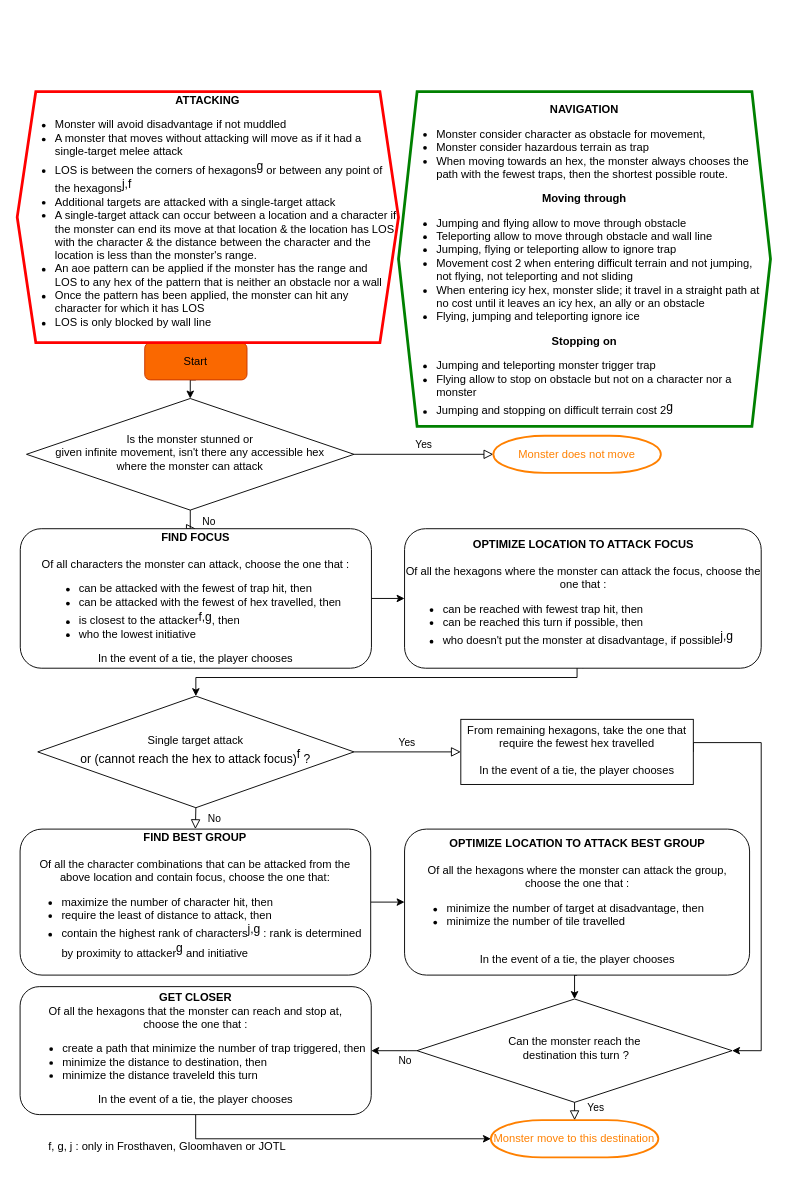
Earlier version of the draw.io diagram GloomIA_Flowchart.drawio (Toucan4Life/gloom). Source tidied: cells renumbered, new cells numbered last; positions are measured from the earlier drawing's top-left corner, leaving out a move shared by most shapes. Both pictures are drawn from the tidied source at 93%, with x=0, y=0 at pixel (17, 91).
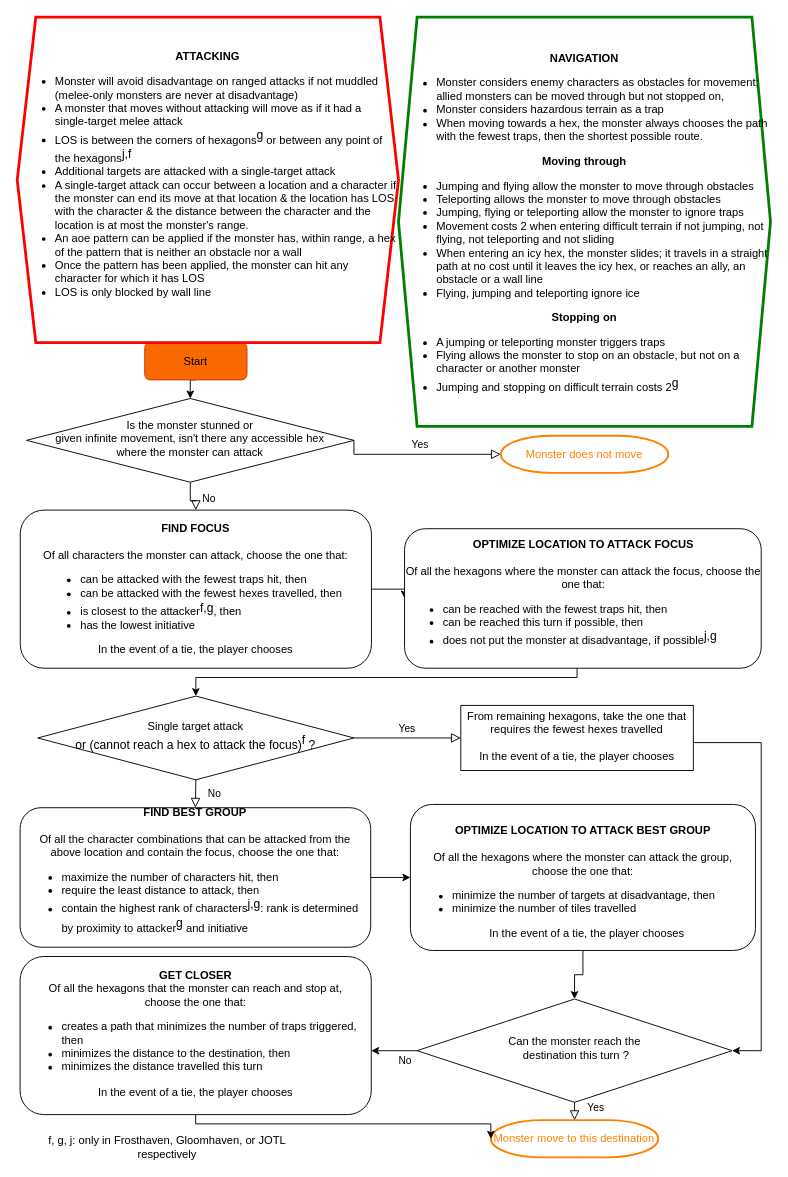
The same page after the edit.

Commit message (it also covers changes not shown here):
fixes missing rule in the drawio flowchart

Unchanged cells that the change refers to:
```xml
<mxCell id="22" value="&lt;font color=&quot;#ff8000&quot;&gt;Monster move to this destination&lt;/font&gt;" style="strokeWidth=2;html=1;shape=mxgraph.flowchart.terminator;whiteSpace=wrap;strokeColor=#ff8000;" parent="1" vertex="1">
  <mxGeometry x="509.3" y="1106" width="180.1" height="40" as="geometry" />
</mxCell>
```

Change to the diagram source:
```diff
@@
-    <mxCell id="6" value="&lt;div&gt;Is the monster stunned or&lt;/div&gt;&lt;div&gt;&lt;div&gt;given infinite movement, isn't there  any accessible hex &lt;br&gt;&lt;/div&gt;&lt;div&gt;where the monster can attack&lt;/div&gt;&lt;/div&gt;" style="rhombus;whiteSpace=wrap;html=1;shadow=0;fontFamily=Helvetica;fontSize=12;align=center;strokeWidth=1;spacing=6;spacingTop=-4;" parent="1" vertex="1">
-      <mxGeometry x="10" y="330" width="352.1" height="120" as="geometry" />
+    <mxCell id="6" value="&lt;div&gt;Is the monster stunned or&lt;/div&gt;&lt;div&gt;&lt;div&gt;given infinite movement, isn't there any accessible hex &lt;br&gt;&lt;/div&gt;&lt;div&gt;where the monster can attack&lt;/div&gt;&lt;/div&gt;" style="rhombus;whiteSpace=wrap;html=1;shadow=0;fontFamily=Helvetica;fontSize=12;align=center;strokeWidth=1;spacing=6;spacingTop=-4;" parent="1" vertex="1">
+      <mxGeometry x="10" y="330" width="352.1" height="90" as="geometry" />
     </mxCell>
     <mxCell id="7" value="&lt;font color=&quot;#ff8000&quot;&gt;Monster does not move&lt;/font&gt;" style="strokeWidth=2;html=1;shape=mxgraph.flowchart.terminator;whiteSpace=wrap;strokeColor=#ff8000;" parent="1" vertex="1">
-      <mxGeometry x="512" y="370" width="180.1" height="40" as="geometry" />
+      <mxGeometry x="520" y="370" width="180.1" height="40" as="geometry" />
     </mxCell>
@@
-    <mxCell id="9" value="&lt;div&gt;&lt;b&gt;FIND FOCUS&lt;/b&gt;&lt;br&gt;&lt;/div&gt;&lt;div&gt;&lt;br&gt;&lt;/div&gt;&lt;div&gt;Of all characters the monster can attack, choose the one that : &lt;br&gt;&lt;/div&gt;&lt;div align=&quot;left&quot;&gt;&lt;ul&gt;&lt;li&gt;can be attacked with the fewest of trap hit, then&lt;/li&gt;&lt;li&gt;can be attacked with the fewest of hex travelled, then&lt;/li&gt;&lt;li&gt;is closest to the attacker&lt;font size=&quot;1&quot;&gt;&lt;sup style=&quot;font-size: 13px;&quot;&gt;f,g&lt;/sup&gt;&lt;/font&gt;, then&lt;/li&gt;&lt;li&gt;who the lowest initiative&lt;/li&gt;&lt;/ul&gt;&lt;/div&gt;&lt;div&gt;In the event of a tie, the player chooses&lt;br&gt;&lt;/div&gt;" style="rounded=1;whiteSpace=wrap;html=1;fontSize=12;glass=0;strokeWidth=1;shadow=0;" parent="1" vertex="1">
-      <mxGeometry x="3.3" y="470" width="377.6" height="150" as="geometry" />
+    <mxCell id="9" value="&lt;div&gt;&lt;b&gt;FIND FOCUS&lt;/b&gt;&lt;br&gt;&lt;/div&gt;&lt;div&gt;&lt;br&gt;&lt;/div&gt;&lt;div&gt;Of all characters the monster can attack, choose the one that: &lt;br&gt;&lt;/div&gt;&lt;div align=&quot;left&quot;&gt;&lt;ul&gt;&lt;li&gt;can be attacked with the fewest traps hit, then&lt;/li&gt;&lt;li&gt;can be attacked with the fewest hexes travelled, then&lt;/li&gt;&lt;li&gt;is closest to the attacker&lt;font size=&quot;1&quot;&gt;&lt;sup style=&quot;font-size: 13px;&quot;&gt;f,g&lt;/sup&gt;&lt;/font&gt;, then&lt;/li&gt;&lt;li&gt;has the lowest initiative&lt;/li&gt;&lt;/ul&gt;&lt;/div&gt;&lt;div&gt;In the event of a tie, the player chooses&lt;br&gt;&lt;/div&gt;" style="rounded=1;whiteSpace=wrap;html=1;fontSize=12;glass=0;strokeWidth=1;shadow=0;" parent="1" vertex="1">
+      <mxGeometry x="3.3" y="450" width="377.6" height="170" as="geometry" />
     </mxCell>
@@
-    <mxCell id="11" value="&lt;div&gt;&lt;b&gt;OPTIMIZE LOCATION TO ATTACK FOCUS&lt;/b&gt;&lt;br&gt;&lt;/div&gt;&lt;div&gt;&lt;br&gt;&lt;/div&gt;&lt;div&gt;Of all the hexagons where the monster can attack the focus, choose the one that :&lt;/div&gt;&lt;div align=&quot;left&quot;&gt;&lt;ul&gt;&lt;li&gt;can be reached with fewest trap hit, then&lt;/li&gt;&lt;li&gt;can be reached this turn if possible, then&lt;/li&gt;&lt;li&gt;who doesn't put the monster at disadvantage, if possible&lt;sup&gt;&lt;font style=&quot;font-size: 13px;&quot;&gt;j,g&lt;/font&gt;&lt;/sup&gt;&lt;/li&gt;&lt;/ul&gt;&lt;/div&gt;" style="rounded=1;whiteSpace=wrap;html=1;fontSize=12;glass=0;strokeWidth=1;shadow=0;" parent="1" vertex="1">
+    <mxCell id="11" value="&lt;div&gt;&lt;b&gt;OPTIMIZE LOCATION TO ATTACK FOCUS&lt;/b&gt;&lt;br&gt;&lt;/div&gt;&lt;div&gt;&lt;br&gt;&lt;/div&gt;&lt;div&gt;Of all the hexagons where the monster can attack the focus, choose the one that:&lt;/div&gt;&lt;div align=&quot;left&quot;&gt;&lt;ul&gt;&lt;li&gt;can be reached with the fewest traps hit, then&lt;/li&gt;&lt;li&gt;can be reached this turn if possible, then&lt;/li&gt;&lt;li&gt;does not put the monster at disadvantage, if possible&lt;sup&gt;&lt;font style=&quot;font-size: 13px;&quot;&gt;j,g&lt;/font&gt;&lt;/sup&gt;&lt;/li&gt;&lt;/ul&gt;&lt;/div&gt;" style="rounded=1;whiteSpace=wrap;html=1;fontSize=12;glass=0;strokeWidth=1;shadow=0;" parent="1" vertex="1">
       <mxGeometry x="416.5" y="470" width="383.5" height="150" as="geometry" />
     </mxCell>
-    <mxCell id="12" value="&lt;div&gt;Single target attack &lt;br&gt;&lt;/div&gt;&lt;div style=&quot;font-size: 13px;&quot;&gt;or (cannot reach the hex to attack focus)&lt;sup&gt;&lt;font style=&quot;font-size: 13px;&quot;&gt;f&lt;/font&gt;&lt;/sup&gt; ?&lt;/div&gt;" style="rhombus;whiteSpace=wrap;html=1;shadow=0;fontFamily=Helvetica;fontSize=12;align=center;strokeWidth=1;spacing=6;spacingTop=-4;" parent="1" vertex="1">
-      <mxGeometry x="22.1" y="650" width="340" height="120" as="geometry" />
+    <mxCell id="12" value="&lt;div&gt;Single target attack &lt;br&gt;&lt;/div&gt;&lt;div style=&quot;font-size: 13px;&quot;&gt;or (cannot reach a hex to attack the focus)&lt;sup&gt;&lt;font style=&quot;font-size: 13px;&quot;&gt;f&lt;/font&gt;&lt;/sup&gt; ?&lt;/div&gt;" style="rhombus;whiteSpace=wrap;html=1;shadow=0;fontFamily=Helvetica;fontSize=12;align=center;strokeWidth=1;spacing=6;spacingTop=-4;" parent="1" vertex="1">
+      <mxGeometry x="22.1" y="650" width="340" height="90" as="geometry" />
     </mxCell>
@@
-    <mxCell id="14" value="&lt;div&gt;From remaining hexagons, take the one that&lt;/div&gt;&lt;div&gt;require the fewest hex travelled&lt;/div&gt;&lt;div&gt;&lt;br&gt;&lt;/div&gt;&lt;div&gt;&lt;div align=&quot;center&quot;&gt;In the event of a tie, the player chooses&lt;br&gt;&lt;/div&gt;&lt;/div&gt;" style="whiteSpace=wrap;html=1;shadow=0;strokeWidth=1;spacing=6;spacingTop=-4;" parent="1" vertex="1">
-      <mxGeometry x="477" y="675" width="250" height="70" as="geometry" />
+    <mxCell id="14" value="&lt;div&gt;From remaining hexagons, take the one that&lt;/div&gt;&lt;div&gt;requires the fewest hexes travelled&lt;/div&gt;&lt;div&gt;&lt;br&gt;&lt;/div&gt;&lt;div&gt;&lt;div align=&quot;center&quot;&gt;In the event of a tie, the player chooses&lt;br&gt;&lt;/div&gt;&lt;/div&gt;" style="whiteSpace=wrap;html=1;shadow=0;strokeWidth=1;spacing=6;spacingTop=-4;" parent="1" vertex="1">
+      <mxGeometry x="477" y="660" width="250" height="70" as="geometry" />
     </mxCell>
@@
-    <mxCell id="16" value="&lt;div&gt;&lt;b&gt;FIND BEST GROUP&lt;/b&gt;&lt;br&gt;&lt;/div&gt;&lt;div&gt;&lt;br&gt;&lt;/div&gt;&lt;div&gt;Of all the character combinations that can be attacked from the above&amp;nbsp;&lt;span style=&quot;background-color: initial; --darkreader-inline-bgcolor: initial;&quot;&gt;location and contain focus, choose the one that:&lt;/span&gt;&lt;/div&gt;&lt;div align=&quot;left&quot;&gt;&lt;ul&gt;&lt;li&gt;maximize the number of character hit, then&lt;/li&gt;&lt;li&gt;require the least of distance to attack, then&lt;/li&gt;&lt;li&gt;contain the highest rank of characters&lt;sup&gt;&lt;font style=&quot;font-size: 13px;&quot;&gt;j,g&lt;/font&gt;&lt;/sup&gt; : rank is determined by proximity to attacker&lt;sup&gt;&lt;font style=&quot;font-size: 13px;&quot;&gt;g&lt;/font&gt;&lt;/sup&gt; and initiative&lt;/li&gt;&lt;/ul&gt;&lt;/div&gt;" style="whiteSpace=wrap;html=1;shadow=0;strokeWidth=1;spacing=6;spacingTop=-4;rounded=1;" parent="1" vertex="1">
-      <mxGeometry x="3.1" y="793" width="377" height="157" as="geometry" />
+    <mxCell id="16" value="&lt;div&gt;&lt;b&gt;FIND BEST GROUP&lt;/b&gt;&lt;br&gt;&lt;/div&gt;&lt;div&gt;&lt;br&gt;&lt;/div&gt;&lt;div&gt;Of all the character combinations that can be attacked from the above&amp;nbsp;&lt;span style=&quot;background-color: initial; --darkreader-inline-bgcolor: initial;&quot;&gt;location and contain the focus, choose the one that:&lt;/span&gt;&lt;/div&gt;&lt;div align=&quot;left&quot;&gt;&lt;ul&gt;&lt;li&gt;maximize the number of characters hit, then&lt;/li&gt;&lt;li&gt;require the least distance to attack, then&lt;/li&gt;&lt;li&gt;contain the highest rank of characters&lt;sup&gt;&lt;font style=&quot;font-size: 13px;&quot;&gt;j,g&lt;/font&gt;&lt;/sup&gt;: rank is determined by proximity to attacker&lt;sup&gt;&lt;font style=&quot;font-size: 13px;&quot;&gt;g&lt;/font&gt;&lt;/sup&gt; and initiative&lt;/li&gt;&lt;/ul&gt;&lt;/div&gt;" style="whiteSpace=wrap;html=1;shadow=0;strokeWidth=1;spacing=6;spacingTop=-4;rounded=1;" parent="1" vertex="1">
+      <mxGeometry x="3.1" y="770" width="377" height="150" as="geometry" />
     </mxCell>
@@
-    <mxCell id="18" value="&lt;div&gt;&lt;br&gt;&lt;/div&gt;&lt;div&gt;&lt;b&gt;OPTIMIZE LOCATION TO ATTACK BEST GROUP&lt;/b&gt;&lt;br&gt;&lt;/div&gt;&lt;div&gt;&lt;br&gt;&lt;/div&gt;&lt;div&gt;&lt;div&gt;Of all the hexagons where the monster can attack the group, choose&amp;nbsp;&lt;span style=&quot;background-color: initial;&quot;&gt;the one that :&lt;/span&gt;&lt;/div&gt;&lt;/div&gt;&lt;div align=&quot;left&quot;&gt;&lt;ul&gt;&lt;li&gt;minimize the number of target at disadvantage, then&lt;/li&gt;&lt;li&gt;minimize the number of tile travelled&lt;/li&gt;&lt;/ul&gt;&lt;/div&gt;&lt;blockquote&gt;&lt;div align=&quot;left&quot;&gt;&lt;br&gt;&lt;/div&gt;&lt;div align=&quot;center&quot;&gt;In the event of a tie, the player chooses&lt;br&gt;&lt;/div&gt;&lt;/blockquote&gt;" style="whiteSpace=wrap;html=1;shadow=0;strokeWidth=1;spacing=6;spacingTop=-4;rounded=1;" parent="1" vertex="1">
-      <mxGeometry x="416.5" y="793" width="371" height="157" as="geometry" />
+    <mxCell id="18" value="&lt;div&gt;&lt;br&gt;&lt;/div&gt;&lt;div&gt;&lt;b&gt;OPTIMIZE LOCATION TO ATTACK BEST GROUP&lt;/b&gt;&lt;br&gt;&lt;/div&gt;&lt;div&gt;&lt;br&gt;&lt;/div&gt;&lt;div&gt;&lt;div&gt;Of all the hexagons where the monster can attack the group, choose&amp;nbsp;&lt;span style=&quot;background-color: initial;&quot;&gt;the one that:&lt;/span&gt;&lt;/div&gt;&lt;/div&gt;&lt;div align=&quot;left&quot;&gt;&lt;ul&gt;&lt;li&gt;minimize the number of targets at disadvantage, then&lt;/li&gt;&lt;li&gt;minimize the number of tiles travelled&lt;/li&gt;&lt;/ul&gt;&lt;div&gt;&lt;span style=&quot;white-space: pre;&quot;&gt;&#9;&lt;span style=&quot;white-space: pre;&quot;&gt;&#9;&lt;/span&gt;&lt;span style=&quot;white-space: pre;&quot;&gt;&#9;&lt;/span&gt;&lt;/span&gt;In the event of a tie, the player chooses&lt;br&gt;&lt;/div&gt;&lt;/div&gt;" style="whiteSpace=wrap;html=1;shadow=0;strokeWidth=1;spacing=6;spacingTop=-4;rounded=1;" parent="1" vertex="1">
+      <mxGeometry x="422.8" y="766.5" width="371" height="157" as="geometry" />
     </mxCell>
@@
     <mxCell id="23" style="edgeStyle=orthogonalEdgeStyle;rounded=0;jettySize=auto;html=1;exitX=0.5;exitY=1;exitDx=0;exitDy=0;entryX=0;entryY=0.5;entryDx=0;entryDy=0;" parent="1" edge="1" source="24" target="22">
-      <mxGeometry relative="1" as="geometry" />
+      <mxGeometry relative="1" as="geometry">
+        <Array as="points">
+          <mxPoint x="192" y="1110" />
+          <mxPoint x="509" y="1110" />
+        </Array>
+      </mxGeometry>
     </mxCell>
-    <mxCell id="24" value="&lt;b&gt;GET CLOSER&lt;/b&gt;&lt;div&gt;Of all the hexagons that the monster can reach and stop at, &lt;br&gt;&lt;/div&gt;&lt;div&gt;choose the one that :&lt;/div&gt;&lt;div align=&quot;left&quot;&gt;&lt;ul&gt;&lt;li&gt;create a path that minimize the number of trap triggered, then&lt;/li&gt;&lt;li&gt;minimize the distance to destination, then&lt;/li&gt;&lt;li&gt;minimize the distance traveleld this turn&lt;/li&gt;&lt;/ul&gt;&lt;/div&gt;&lt;div&gt;In the event of a tie, the player chooses&lt;br&gt;&lt;/div&gt;" style="whiteSpace=wrap;html=1;shadow=0;strokeWidth=1;spacing=6;spacingTop=-4;rounded=1;" parent="1" vertex="1">
-      <mxGeometry x="3.1" y="962.4" width="377.6" height="137.6" as="geometry" />
+    <mxCell id="24" value="&lt;b&gt;GET CLOSER&lt;/b&gt;&lt;div&gt;Of all the hexagons that the monster can reach and stop at, &lt;br&gt;&lt;/div&gt;&lt;div&gt;choose the one that:&lt;/div&gt;&lt;div align=&quot;left&quot;&gt;&lt;ul&gt;&lt;li&gt;creates a path that minimizes the number of traps triggered, then&lt;/li&gt;&lt;li&gt;minimizes the distance to the destination, then&lt;/li&gt;&lt;li&gt;minimizes the distance travelled this turn&lt;/li&gt;&lt;/ul&gt;&lt;/div&gt;&lt;div&gt;In the event of a tie, the player chooses&lt;br&gt;&lt;/div&gt;" style="whiteSpace=wrap;html=1;shadow=0;strokeWidth=1;spacing=6;spacingTop=-4;rounded=1;" parent="1" vertex="1">
+      <mxGeometry x="3.1" y="930" width="377.6" height="170" as="geometry" />
     </mxCell>
@@
-    <mxCell id="28" value="&lt;font style=&quot;font-size: 12px;&quot;&gt;&lt;br&gt;&lt;/font&gt;&lt;div&gt;&lt;font style=&quot;font-size: 12px;&quot;&gt;&lt;b&gt;NAVIGATION&lt;/b&gt;&lt;/font&gt;&lt;/div&gt;&lt;div align=&quot;left&quot;&gt;&lt;ul&gt;&lt;li&gt;&lt;font style=&quot;font-size: 12px;&quot;&gt;Monster consider character as obstacle for movement,&lt;/font&gt;&lt;/li&gt;&lt;li&gt;&lt;font style=&quot;font-size: 12px;&quot;&gt;Monster consider hazardous terrain as trap&lt;/font&gt;&lt;/li&gt;&lt;li&gt;&lt;font style=&quot;font-size: 12px;&quot;&gt;When moving towards an hex, the monster always chooses the path with the fewest traps, then the shortest possible route.&lt;/font&gt;&lt;/li&gt;&lt;/ul&gt;&lt;/div&gt;&lt;div&gt;&lt;font style=&quot;font-size: 12px;&quot;&gt;&lt;b&gt;Moving through&lt;/b&gt;&lt;/font&gt;&lt;div&gt;&lt;div align=&quot;left&quot;&gt;&lt;ul&gt;&lt;li&gt;&lt;font style=&quot;font-size: 12px;&quot;&gt;Jumping and flying allow to move through obstacle&lt;/font&gt;&lt;/li&gt;&lt;li&gt;&lt;font style=&quot;font-size: 12px;&quot;&gt;Teleporting allow to move through obstacle and wall line&lt;/font&gt;&lt;/li&gt;&lt;li&gt;&lt;font style=&quot;font-size: 12px;&quot;&gt;Jumping, flying or teleporting allow to ignore trap&lt;/font&gt;&lt;/li&gt;&lt;li&gt;&lt;font style=&quot;font-size: 12px;&quot;&gt;Movement cost 2 when entering difficult terrain and not jumping,&amp;nbsp; not flying, not teleporting and not sliding&lt;/font&gt;&lt;/li&gt;&lt;li&gt;&lt;font style=&quot;font-size: 12px;&quot;&gt;When entering icy hex, monster slide; it travel in a straight path at&amp;nbsp; no cost until it leaves an icy hex, an ally or an obstacle&lt;/font&gt;&lt;/li&gt;&lt;li&gt;&lt;font style=&quot;font-size: 12px;&quot;&gt;Flying, jumping and teleporting ignore ice&lt;/font&gt;&lt;/li&gt;&lt;/ul&gt;&lt;/div&gt;&lt;div&gt;&lt;div align=&quot;center&quot;&gt;&lt;font style=&quot;font-size: 12px;&quot;&gt;&lt;b&gt;Stopping on&lt;/b&gt;&lt;/font&gt;&lt;/div&gt;&lt;div align=&quot;left&quot;&gt;&lt;ul&gt;&lt;li&gt;&lt;font style=&quot;font-size: 12px;&quot;&gt;Jumping and teleporting monster trigger trap&lt;/font&gt;&lt;/li&gt;&lt;li&gt;&lt;font style=&quot;font-size: 12px;&quot;&gt;Flying allow to stop on obstacle but not on a character nor a monster&lt;br&gt;&lt;/font&gt;&lt;/li&gt;&lt;li style=&quot;&quot;&gt;&lt;font style=&quot;font-size: 12px;&quot;&gt;Jumping and stopping on difficult terrain cost 2&lt;/font&gt;&lt;font size=&quot;1&quot;&gt;&lt;sup style=&quot;font-size: 13px;&quot;&gt;g&lt;/sup&gt;&lt;/font&gt;&lt;/li&gt;&lt;/ul&gt;&lt;/div&gt;&lt;/div&gt;&lt;/div&gt;&lt;/div&gt;" style="shape=hexagon;perimeter=hexagonPerimeter2;whiteSpace=wrap;html=1;fixedSize=1;strokeColor=#008000;strokeWidth=3;" parent="1" vertex="1">
-      <mxGeometry x="410" width="400" height="360" as="geometry" />
+    <mxCell id="28" value="&lt;font style=&quot;font-size: 12px;&quot;&gt;&lt;br&gt;&lt;/font&gt;&lt;div&gt;&lt;font style=&quot;font-size: 12px;&quot;&gt;&lt;b&gt;NAVIGATION&lt;/b&gt;&lt;/font&gt;&lt;/div&gt;&lt;div align=&quot;left&quot;&gt;&lt;ul&gt;&lt;li&gt;&lt;font style=&quot;font-size: 12px;&quot;&gt;Monster considers enemy characters as obstacles for movement; allied monsters can be moved through but not stopped on,&lt;/font&gt;&lt;/li&gt;&lt;li&gt;&lt;font style=&quot;font-size: 12px;&quot;&gt;Monster considers hazardous terrain as a trap&lt;/font&gt;&lt;/li&gt;&lt;li&gt;&lt;font style=&quot;font-size: 12px;&quot;&gt;When moving towards a hex, the monster always chooses the path with the fewest traps, then the shortest possible route.&lt;/font&gt;&lt;/li&gt;&lt;/ul&gt;&lt;/div&gt;&lt;div&gt;&lt;font style=&quot;font-size: 12px;&quot;&gt;&lt;b&gt;Moving through&lt;/b&gt;&lt;/font&gt;&lt;div&gt;&lt;div align=&quot;left&quot;&gt;&lt;ul&gt;&lt;li&gt;&lt;font style=&quot;font-size: 12px;&quot;&gt;Jumping and flying allow the monster to move through obstacles&lt;/font&gt;&lt;/li&gt;&lt;li&gt;&lt;font style=&quot;font-size: 12px;&quot;&gt;Teleporting allows the monster to move through obstacles&lt;/font&gt;&lt;/li&gt;&lt;li&gt;&lt;font style=&quot;font-size: 12px;&quot;&gt;Jumping, flying or teleporting allow the monster to ignore traps&lt;/font&gt;&lt;/li&gt;&lt;li&gt;&lt;font style=&quot;font-size: 12px;&quot;&gt;Movement costs 2 when entering difficult terrain if not jumping, not flying, not teleporting and not sliding&lt;/font&gt;&lt;/li&gt;&lt;li&gt;&lt;font style=&quot;font-size: 12px;&quot;&gt;When entering an icy hex, the monster slides; it travels in a straight path at no cost until it leaves the icy hex, or reaches an ally, an obstacle or a wall line&lt;/font&gt;&lt;/li&gt;&lt;li&gt;&lt;font style=&quot;font-size: 12px;&quot;&gt;Flying, jumping and teleporting ignore ice&lt;/font&gt;&lt;/li&gt;&lt;/ul&gt;&lt;/div&gt;&lt;div&gt;&lt;div align=&quot;center&quot;&gt;&lt;font style=&quot;font-size: 12px;&quot;&gt;&lt;b&gt;Stopping on&lt;/b&gt;&lt;/font&gt;&lt;/div&gt;&lt;div align=&quot;left&quot;&gt;&lt;ul&gt;&lt;li&gt;&lt;font style=&quot;font-size: 12px;&quot;&gt;A jumping or teleporting monster triggers traps&lt;/font&gt;&lt;/li&gt;&lt;li&gt;&lt;font style=&quot;font-size: 12px;&quot;&gt;Flying allows the monster to stop on an obstacle, but not on a character or another monster&lt;br&gt;&lt;/font&gt;&lt;/li&gt;&lt;li style=&quot;&quot;&gt;&lt;font style=&quot;font-size: 12px;&quot;&gt;Jumping and stopping on difficult terrain costs 2&lt;/font&gt;&lt;font size=&quot;1&quot;&gt;&lt;sup style=&quot;font-size: 13px;&quot;&gt;g&lt;/sup&gt;&lt;/font&gt;&lt;/li&gt;&lt;/ul&gt;&lt;/div&gt;&lt;/div&gt;&lt;/div&gt;&lt;/div&gt;" style="shape=hexagon;perimeter=hexagonPerimeter2;whiteSpace=wrap;html=1;fixedSize=1;strokeColor=#008000;strokeWidth=3;" parent="1" vertex="1">
+      <mxGeometry x="410" y="-80" width="400" height="440" as="geometry" />
     </mxCell>
-    <mxCell id="29" value="&lt;div&gt;&lt;font style=&quot;font-size: 12px;&quot;&gt;&lt;b&gt;ATTACKING&lt;/b&gt;&lt;/font&gt;&lt;/div&gt;&lt;div align=&quot;left&quot;&gt;&lt;ul&gt;&lt;li&gt;&lt;div&gt;&lt;font style=&quot;font-size: 12px;&quot;&gt;Monster will avoid disadvantage if not muddled&lt;/font&gt;&lt;/div&gt;&lt;/li&gt;&lt;li&gt;&lt;div&gt;&lt;font style=&quot;font-size: 12px;&quot;&gt;A monster that moves without attacking will move as if it had a single-target melee attack&lt;/font&gt;&lt;/div&gt;&lt;/li&gt;&lt;li&gt;&lt;div&gt;&lt;font style=&quot;font-size: 12px;&quot;&gt;LOS is between the corners of hexagons&lt;/font&gt;&lt;font size=&quot;1&quot;&gt;&lt;sup style=&quot;font-size: 13px;&quot;&gt;g&lt;/sup&gt;&lt;/font&gt;&lt;font style=&quot;font-size: 12px;&quot;&gt; or between any point of the hexagons&lt;/font&gt;&lt;font size=&quot;1&quot;&gt;&lt;sup style=&quot;font-size: 13px;&quot;&gt;j,f&lt;/sup&gt;&lt;/font&gt;&lt;/div&gt;&lt;/li&gt;&lt;li&gt;&lt;font style=&quot;font-size: 12px;&quot;&gt;Additional targets are attacked with a single-target attack&lt;/font&gt;&lt;/li&gt;&lt;li&gt;&lt;font style=&quot;font-size: 12px;&quot;&gt;A single-target attack can occur between a location and a character if the monster can end its move at that location &amp;amp; the location has LOS with the character &amp;amp; the distance between the character and the location is less than the monster's range.&lt;/font&gt;&lt;/li&gt;&lt;li&gt;&lt;font style=&quot;font-size: 12px;&quot;&gt;An aoe pattern can be applied if the monster has the range and&amp;nbsp; &amp;nbsp; LOS to any hex of the pattern that is neither an obstacle nor a wall&lt;/font&gt;&lt;/li&gt;&lt;li&gt;&lt;font style=&quot;font-size: 12px;&quot;&gt;Once the pattern has been applied, the monster can hit any character for which it has LOS&lt;/font&gt;&lt;/li&gt;&lt;li&gt;&lt;font style=&quot;font-size: 12px;&quot;&gt;LOS is only blocked by wall line&lt;/font&gt;&lt;/li&gt;&lt;/ul&gt;&lt;/div&gt;" style="shape=hexagon;perimeter=hexagonPerimeter2;whiteSpace=wrap;html=1;fixedSize=1;strokeColor=#ff0000;strokeWidth=3;" parent="1" vertex="1">
-      <mxGeometry width="410" height="270" as="geometry" />
+    <mxCell id="29" value="&lt;div&gt;&lt;font style=&quot;font-size: 12px;&quot;&gt;&lt;b&gt;ATTACKING&lt;/b&gt;&lt;/font&gt;&lt;/div&gt;&lt;div align=&quot;left&quot;&gt;&lt;ul&gt;&lt;li&gt;&lt;div&gt;&lt;font style=&quot;font-size: 12px;&quot;&gt;Monster will avoid disadvantage on ranged attacks if not muddled (melee-only monsters are never at disadvantage)&lt;/font&gt;&lt;/div&gt;&lt;/li&gt;&lt;li&gt;&lt;div&gt;&lt;font style=&quot;font-size: 12px;&quot;&gt;A monster that moves without attacking will move as if it had a single-target melee attack&lt;/font&gt;&lt;/div&gt;&lt;/li&gt;&lt;li&gt;&lt;div&gt;&lt;font style=&quot;font-size: 12px;&quot;&gt;LOS is between the corners of hexagons&lt;/font&gt;&lt;font size=&quot;1&quot;&gt;&lt;sup style=&quot;font-size: 13px;&quot;&gt;g&lt;/sup&gt;&lt;/font&gt;&lt;font style=&quot;font-size: 12px;&quot;&gt; or between any point of the hexagons&lt;/font&gt;&lt;font size=&quot;1&quot;&gt;&lt;sup style=&quot;font-size: 13px;&quot;&gt;j,f&lt;/sup&gt;&lt;/font&gt;&lt;/div&gt;&lt;/li&gt;&lt;li&gt;&lt;font style=&quot;font-size: 12px;&quot;&gt;Additional targets are attacked with a single-target attack&lt;/font&gt;&lt;/li&gt;&lt;li&gt;&lt;font style=&quot;font-size: 12px;&quot;&gt;A single-target attack can occur between a location and a character if the monster can end its move at that location &amp;amp; the location has LOS with the character &amp;amp; the distance between the character and the location is at most the monster's range.&lt;/font&gt;&lt;/li&gt;&lt;li&gt;&lt;font style=&quot;font-size: 12px;&quot;&gt;An aoe pattern can be applied if the monster has, within range, a hex of the pattern that is neither an obstacle nor a wall&lt;/font&gt;&lt;/li&gt;&lt;li&gt;&lt;font style=&quot;font-size: 12px;&quot;&gt;Once the pattern has been applied, the monster can hit any character for which it has LOS&lt;/font&gt;&lt;/li&gt;&lt;li&gt;&lt;font style=&quot;font-size: 12px;&quot;&gt;LOS is only blocked by wall line&lt;/font&gt;&lt;/li&gt;&lt;/ul&gt;&lt;/div&gt;" style="shape=hexagon;perimeter=hexagonPerimeter2;whiteSpace=wrap;html=1;fixedSize=1;strokeColor=#ff0000;strokeWidth=3;" parent="1" vertex="1">
+      <mxGeometry y="-80" width="410" height="350" as="geometry" />
     </mxCell>
-    <mxCell id="30" value="f, g, j : only in Frosthaven, Gloomhaven or JOTL " style="text;html=1;strokeColor=none;fillColor=none;align=center;verticalAlign=middle;whiteSpace=wrap;rounded=0;" parent="1" vertex="1">
+    <mxCell id="30" value="f, g, j: only in Frosthaven, Gloomhaven, or JOTL respectively" style="text;html=1;strokeColor=none;fillColor=none;align=center;verticalAlign=middle;whiteSpace=wrap;rounded=0;" parent="1" vertex="1">
       <mxGeometry x="3.3" y="1120" width="316.7" height="30" as="geometry" />
     </mxCell>
```
